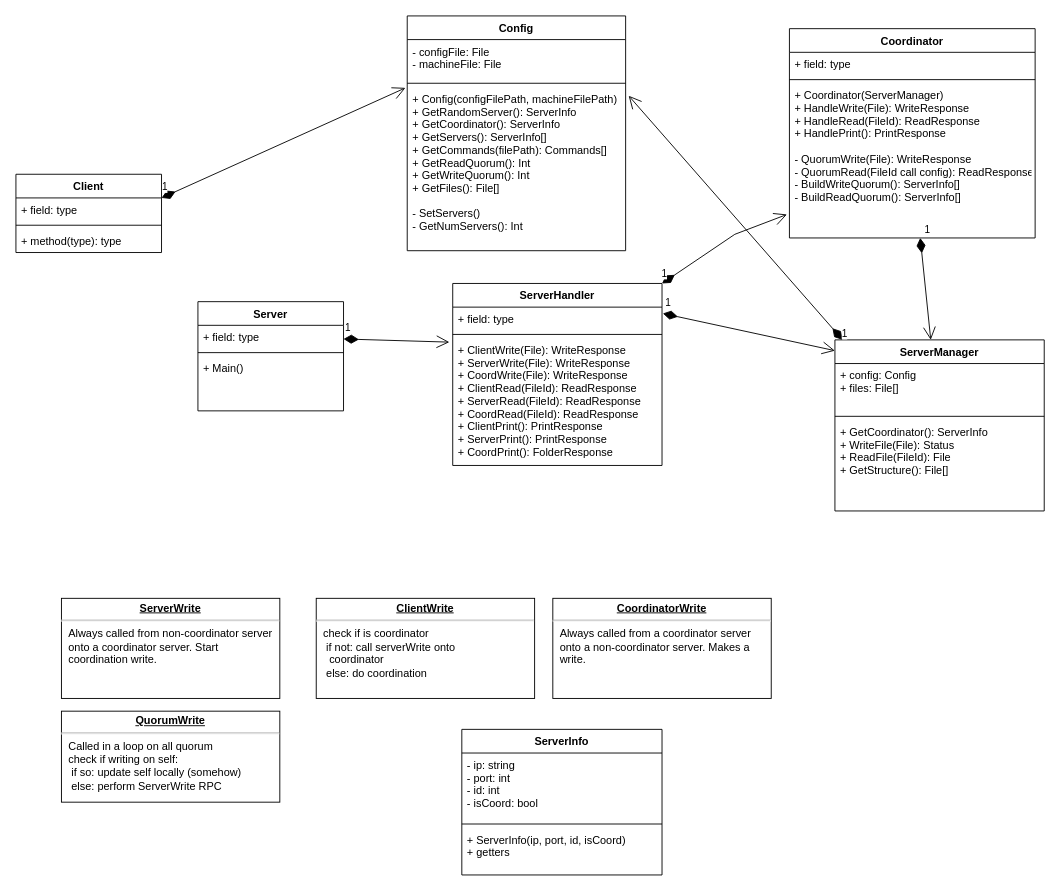
This is PA3.drawio from lukekivi/Distributed-File-System, a draw.io file, before an edit. Source tidied: cells renumbered, new cells numbered last; positions are measured from the earlier drawing's top-left corner, leaving out a move shared by most shapes. Both pictures are drawn from the tidied source at 91%, with x=0, y=0 at pixel (15, 15).
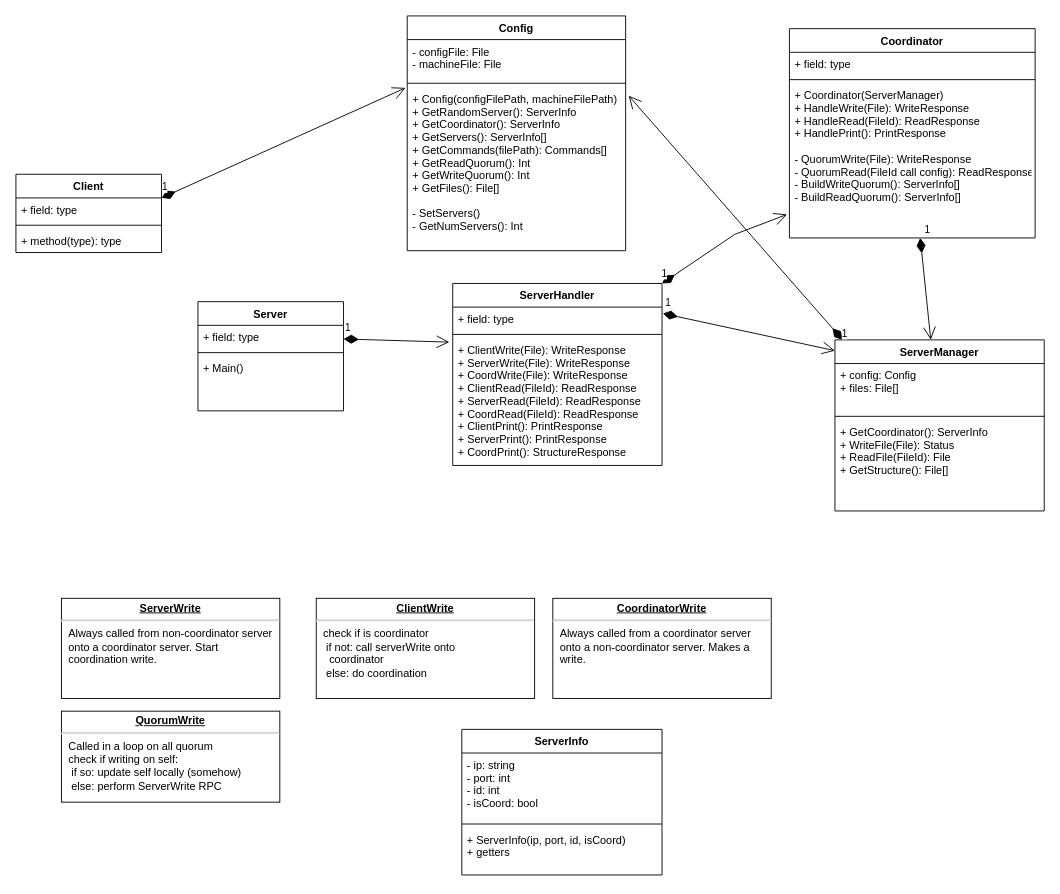
Above is the later version.

Unchanged cells that the change refers to:
```xml
<mxCell id="2" value="ServerHandler&#10;" style="swimlane;fontStyle=1;align=center;verticalAlign=top;horizontal=1;startSize=26;" parent="1" vertex="1">
  <mxGeometry x="480" y="294" width="230" height="200" as="geometry" />
</mxCell>
```

What changed in the source:
```diff
@@
-    <mxCell id="5" value="+ ClientWrite(File): WriteResponse &#10;+ ServerWrite(File): WriteResponse&#10;+ CoordWrite(File): WriteResponse&#10;+ ClientRead(FileId): ReadResponse&#10;+ ServerRead(FileId): ReadResponse&#10;+ CoordRead(FileId): ReadResponse&#10;+ ClientPrint(): PrintResponse&#10;+ ServerPrint(): PrintResponse&#10;+ CoordPrint(): FolderResponse" style="text;strokeColor=none;fillColor=none;align=left;verticalAlign=top;spacingLeft=4;spacingRight=4;overflow=hidden;points=[[0,0.5],[1,0.5]];portConstraint=eastwest;" parent="2" vertex="1">
+    <mxCell id="5" value="+ ClientWrite(File): WriteResponse &#10;+ ServerWrite(File): WriteResponse&#10;+ CoordWrite(File): WriteResponse&#10;+ ClientRead(FileId): ReadResponse&#10;+ ServerRead(FileId): ReadResponse&#10;+ CoordRead(FileId): ReadResponse&#10;+ ClientPrint(): PrintResponse&#10;+ ServerPrint(): PrintResponse&#10;+ CoordPrint(): StructureResponse" style="text;strokeColor=none;fillColor=none;align=left;verticalAlign=top;spacingLeft=4;spacingRight=4;overflow=hidden;points=[[0,0.5],[1,0.5]];portConstraint=eastwest;" parent="2" vertex="1">
       <mxGeometry y="60" width="230" height="140" as="geometry" />
     </mxCell>
```
